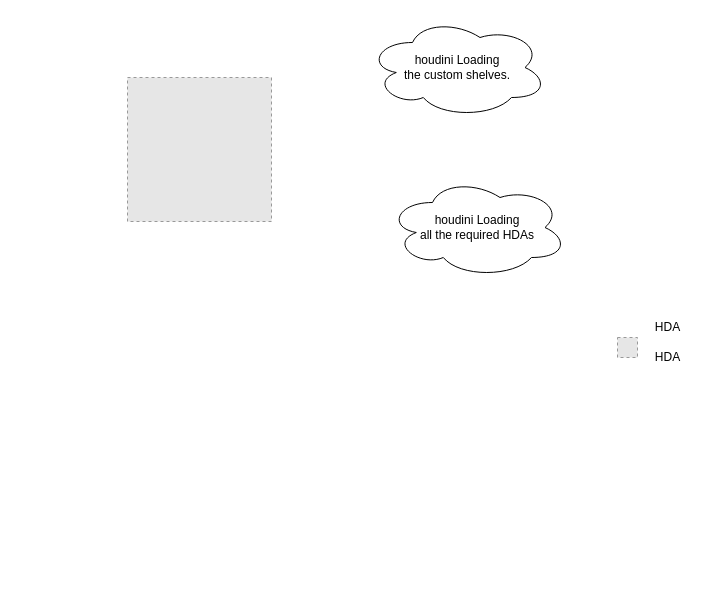
The draw.io diagram .designs/diagrams/2021.12.26_houdini_devWorkflow.drawio in JunruTao/Peach, before the edit. Source tidied: cells renumbered, new cells numbered last; positions are measured from the earlier drawing's top-left corner, leaving out a move shared by most shapes. Both pictures are drawn from the tidied source at 100%, with x=0, y=0 at pixel (127, 17). Pictures stored in the file or linked from it are replaced by grey dashed boxes.
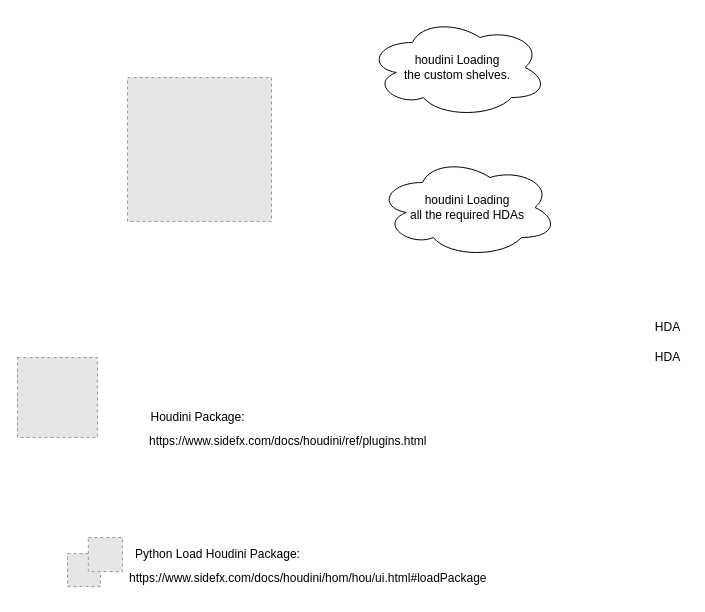
Above is the later version.

Change to the diagram source:
```diff
@@
 <mxGraphModel>
   <root>
     <mxCell id="0" />
     <mxCell id="1" parent="0" />
     <mxCell id="2" style="fillColor=#E6E6E6;strokeColor=#999999;dashed=1;verticalLabelPosition=bottom;labelBackgroundColor=#ffffff;verticalAlign=top;" parent="1" vertex="1">
       <mxGeometry y="60" width="144" height="144" as="geometry" />
     </mxCell>
     <mxCell id="3" style="fillColor=#E6E6E6;strokeColor=#999999;dashed=1;verticalLabelPosition=bottom;labelBackgroundColor=#ffffff;verticalAlign=top;" parent="1" vertex="1">
-      <mxGeometry x="490" y="320" width="20" height="20" as="geometry" />
+      <mxGeometry x="-110" y="340" width="80" height="80" as="geometry" />
     </mxCell>
     <mxCell id="4" value="HDA" style="text;html=1;align=center;verticalAlign=middle;strokeColor=none;fillColor=none;" parent="1" vertex="1">
       <mxGeometry x="520" y="300" width="40" height="20" as="geometry" />
     </mxCell>
     <mxCell id="5" value="HDA" style="text;html=1;align=center;verticalAlign=middle;strokeColor=none;fillColor=none;" parent="1" vertex="1">
       <mxGeometry x="520" y="330" width="40" height="20" as="geometry" />
     </mxCell>
     <mxCell id="6" value="houdini Loading&lt;br&gt;the custom shelves." style="ellipse;shape=cloud;whiteSpace=wrap;html=1;" parent="1" vertex="1">
       <mxGeometry x="240" width="180" height="100" as="geometry" />
     </mxCell>
     <mxCell id="7" value="houdini Loading&lt;br&gt;all the required HDAs" style="ellipse;shape=cloud;whiteSpace=wrap;html=1;" parent="1" vertex="1">
-      <mxGeometry x="260" y="160" width="180" height="100" as="geometry" />
+      <mxGeometry x="250" y="140" width="180" height="100" as="geometry" />
     </mxCell>
+    <mxCell id="8" value="Houdini Package:&lt;br&gt;" style="text;html=1;align=center;verticalAlign=middle;strokeColor=none;fillColor=none;" parent="1" vertex="1">
+      <mxGeometry x="15" y="390" width="110" height="20" as="geometry" />
+    </mxCell>
+    <mxCell id="9" value="https://www.sidefx.com/docs/houdini/ref/plugins.html" style="text;whiteSpace=wrap;html=1;" parent="1" vertex="1">
+      <mxGeometry x="20" y="410" width="300" height="30" as="geometry" />
+    </mxCell>
+    <mxCell id="10" value="https://www.sidefx.com/docs/houdini/hom/hou/ui.html#loadPackage" style="text;whiteSpace=wrap;html=1;" parent="1" vertex="1">
+      <mxGeometry y="547.1" width="380" height="30" as="geometry" />
+    </mxCell>
+    <mxCell id="11" value="Python Load Houdini Package:" style="text;html=1;align=center;verticalAlign=middle;strokeColor=none;fillColor=none;" parent="1" vertex="1">
+      <mxGeometry y="527.1" width="180" height="20" as="geometry" />
+    </mxCell>
+    <mxCell id="12" style="fillColor=#E6E6E6;strokeColor=#999999;dashed=1;verticalLabelPosition=bottom;labelBackgroundColor=#ffffff;verticalAlign=top;" parent="1" vertex="1">
+      <mxGeometry x="-60" y="536.1" width="33" height="33" as="geometry" />
+    </mxCell>
+    <mxCell id="13" style="fillColor=#E6E6E6;strokeColor=#999999;dashed=1;verticalLabelPosition=bottom;labelBackgroundColor=#ffffff;verticalAlign=top;" parent="1" vertex="1">
+      <mxGeometry x="-39.2" y="520" width="34.1" height="34.1" as="geometry" />
+    </mxCell>
   </root>
 </mxGraphModel>
```
